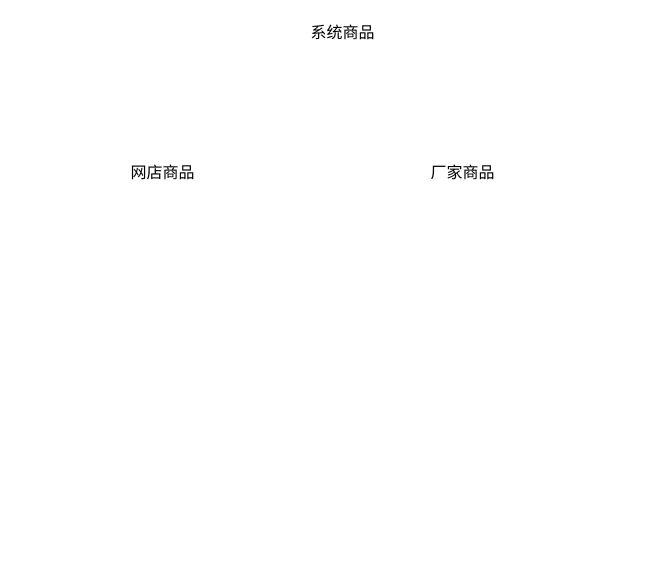
Above: 找家纺.drawio in bian0814/draw.io (draw.io), before the change. Source tidied: cells renumbered, new cells numbered last; positions are measured from the earlier drawing's top-left corner, leaving out a move shared by most shapes. Both pictures are drawn from the tidied source at 100%, with x=0, y=0 at pixel (117, 17).
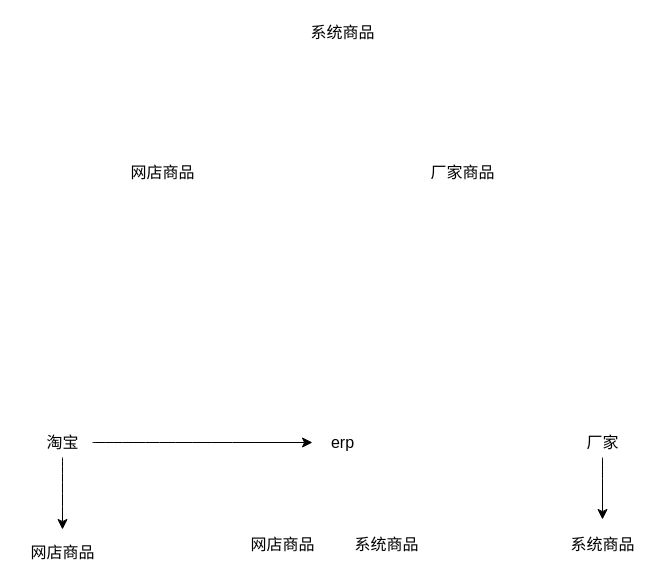
Above is the later version.

Commit message:
更新找家纺.drawio

The edit, as a diff of the source:
```diff
@@
 <mxGraphModel>
   <root>
     <mxCell id="0" />
     <mxCell id="1" parent="0" />
     <mxCell id="2" value="系统商品" style="text;html=1;align=center;verticalAlign=middle;strokeColor=none;fillColor=none;fontSize=16;" parent="1" vertex="1">
       <mxGeometry x="180" width="90" height="30" as="geometry" />
     </mxCell>
     <mxCell id="3" value="网店商品" style="text;html=1;align=center;verticalAlign=middle;strokeColor=none;fillColor=none;fontSize=16;" parent="1" vertex="1">
       <mxGeometry y="140" width="90" height="30" as="geometry" />
     </mxCell>
     <mxCell id="4" value="厂家商品" style="text;html=1;align=center;verticalAlign=middle;strokeColor=none;fillColor=none;fontSize=16;" parent="1" vertex="1">
       <mxGeometry x="300" y="140" width="90" height="30" as="geometry" />
     </mxCell>
+    <mxCell id="5" style="edgeStyle=none;curved=1;rounded=0;jettySize=auto;html=1;fontSize=12;startSize=8;endSize=8;" parent="1" edge="1" source="7">
+      <mxGeometry relative="1" as="geometry">
+        <mxPoint x="-55" y="512" as="targetPoint" />
+      </mxGeometry>
+    </mxCell>
+    <mxCell id="6" style="edgeStyle=none;curved=1;rounded=0;jettySize=auto;html=1;fontSize=12;startSize=8;endSize=8;" parent="1" edge="1" source="7">
+      <mxGeometry relative="1" as="geometry">
+        <mxPoint x="195" y="425" as="targetPoint" />
+      </mxGeometry>
+    </mxCell>
+    <mxCell id="7" value="淘宝" style="text;html=1;align=center;verticalAlign=middle;points=[];strokeColor=none;fillColor=none;fontSize=16;" parent="1" vertex="1">
+      <mxGeometry x="-85" y="410" width="60" height="30" as="geometry" />
+    </mxCell>
+    <mxCell id="8" value="erp" style="text;html=1;align=center;verticalAlign=middle;strokeColor=none;fillColor=none;fontSize=16;" parent="1" vertex="1">
+      <mxGeometry x="200" y="410" width="50" height="30" as="geometry" />
+    </mxCell>
+    <mxCell id="9" style="edgeStyle=none;curved=1;rounded=0;jettySize=auto;html=1;fontSize=12;startSize=8;endSize=8;" parent="1" edge="1" source="10">
+      <mxGeometry relative="1" as="geometry">
+        <mxPoint x="485" y="502" as="targetPoint" />
+      </mxGeometry>
+    </mxCell>
+    <mxCell id="10" value="厂家" style="text;html=1;align=center;verticalAlign=middle;points=[];strokeColor=none;fillColor=none;fontSize=16;" parent="1" vertex="1">
+      <mxGeometry x="455" y="410" width="60" height="30" as="geometry" />
+    </mxCell>
+    <mxCell id="11" value="网店商品" style="text;html=1;align=center;verticalAlign=middle;strokeColor=none;fillColor=none;fontSize=16;" parent="1" vertex="1">
+      <mxGeometry x="-100" y="520" width="90" height="30" as="geometry" />
+    </mxCell>
+    <mxCell id="12" value="网店商品" style="text;html=1;align=center;verticalAlign=middle;strokeColor=none;fillColor=none;fontSize=16;" parent="1" vertex="1">
+      <mxGeometry x="120" y="512" width="90" height="30" as="geometry" />
+    </mxCell>
+    <mxCell id="13" value="系统商品" style="text;html=1;align=center;verticalAlign=middle;strokeColor=none;fillColor=none;fontSize=16;" parent="1" vertex="1">
+      <mxGeometry x="224" y="512" width="90" height="30" as="geometry" />
+    </mxCell>
+    <mxCell id="14" value="系统商品" style="text;html=1;align=center;verticalAlign=middle;strokeColor=none;fillColor=none;fontSize=16;" parent="1" vertex="1">
+      <mxGeometry x="440" y="512" width="90" height="30" as="geometry" />
+    </mxCell>
   </root>
 </mxGraphModel>
```
